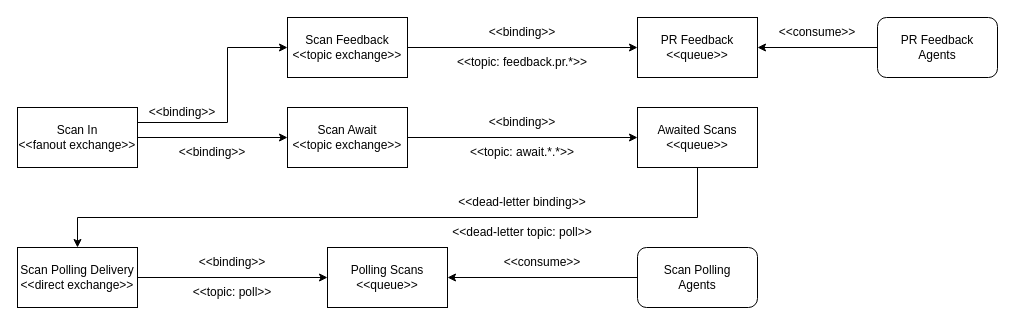
checkmarx-ts/cxone-flow keeps this draw.io diagram as page "Queue" (2 of 2) of manual/graphics/cxoneflow-diagrams.drawio. Above is the earlier version. Source tidied: cells renumbered, new cells numbered last; positions are measured from the earlier drawing's top-left corner, leaving out a move shared by most shapes. Both pictures are drawn from the tidied source at 100%, with x=0, y=0 at pixel (17, 17).
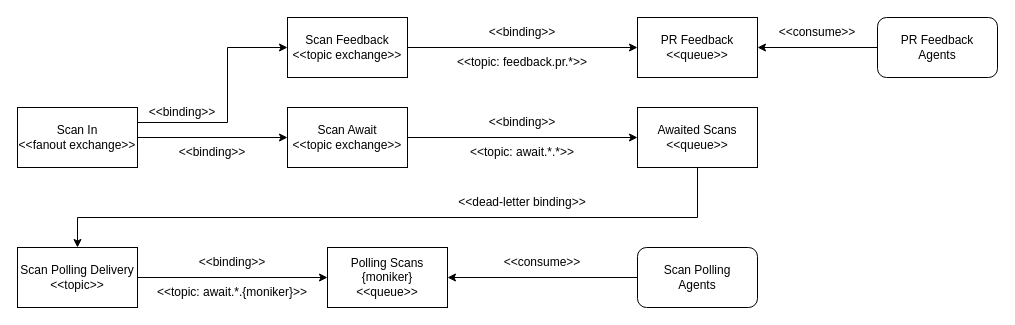
Above is the later version.

Change to the diagram source:
```diff
@@
-    <mxCell id="5" value="Scan Polling Delivery&lt;div&gt;&amp;lt;&amp;lt;direct exchange&amp;gt;&amp;gt;&lt;/div&gt;" style="rounded=0;whiteSpace=wrap;html=1;" parent="1" vertex="1">
+    <mxCell id="5" value="Scan Polling Delivery&lt;div&gt;&amp;lt;&amp;lt;topic&amp;gt;&amp;gt;&lt;/div&gt;" style="rounded=0;whiteSpace=wrap;html=1;" parent="1" vertex="1">
       <mxGeometry y="230" width="120" height="60" as="geometry" />
     </mxCell>
@@
-    <mxCell id="7" value="Polling Scans&lt;div&gt;&amp;lt;&amp;lt;queue&amp;gt;&amp;gt;&lt;/div&gt;" style="rounded=0;whiteSpace=wrap;html=1;" parent="1" vertex="1">
+    <mxCell id="7" value="Polling Scans {moniker}&lt;div&gt;&amp;lt;&amp;lt;queue&amp;gt;&amp;gt;&lt;/div&gt;" style="rounded=0;whiteSpace=wrap;html=1;" parent="1" vertex="1">
       <mxGeometry x="310" y="230" width="120" height="60" as="geometry" />
     </mxCell>
@@
-    <mxCell id="14" value="&lt;div&gt;&lt;span style=&quot;background-color: initial;&quot;&gt;&amp;lt;&amp;lt;dead-letter topic: poll&amp;gt;&amp;gt;&lt;/span&gt;&lt;br&gt;&lt;/div&gt;" style="text;html=1;align=center;verticalAlign=middle;whiteSpace=wrap;rounded=0;" parent="1" vertex="1">
-      <mxGeometry x="395" y="200" width="220" height="30" as="geometry" />
-    </mxCell>
@@
-    <mxCell id="17" value="&lt;div&gt;&lt;span style=&quot;background-color: initial;&quot;&gt;&amp;lt;&amp;lt;topic: poll&amp;gt;&amp;gt;&lt;/span&gt;&lt;br&gt;&lt;/div&gt;" style="text;html=1;align=center;verticalAlign=middle;whiteSpace=wrap;rounded=0;" parent="1" vertex="1">
+    <mxCell id="17" value="&lt;div&gt;&lt;span style=&quot;background-color: initial;&quot;&gt;&amp;lt;&amp;lt;topic: await.*.{moniker}&amp;gt;&amp;gt;&lt;/span&gt;&lt;br&gt;&lt;/div&gt;" style="text;html=1;align=center;verticalAlign=middle;whiteSpace=wrap;rounded=0;" parent="1" vertex="1">
       <mxGeometry x="120" y="260" width="190" height="30" as="geometry" />
     </mxCell>
```
